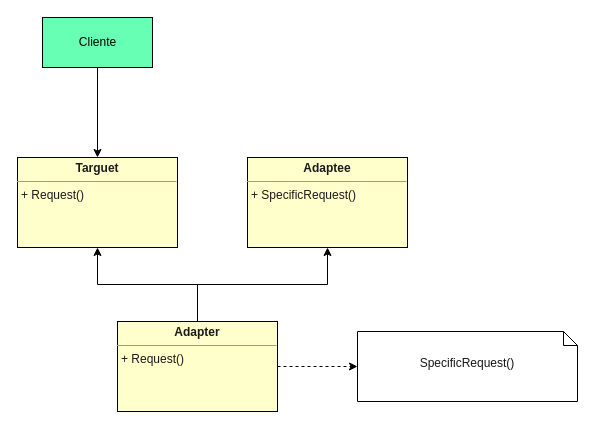
stanleydevbr/Padroes keeps this draw.io diagram as src/Adapter/imagens/Adapter.drawio. Above is the earlier version. Source tidied: cells renumbered, new cells numbered last; positions are measured from the earlier drawing's top-left corner, leaving out a move shared by most shapes. Both pictures are drawn from the tidied source at 100%, with x=0, y=0 at pixel (17, 17).
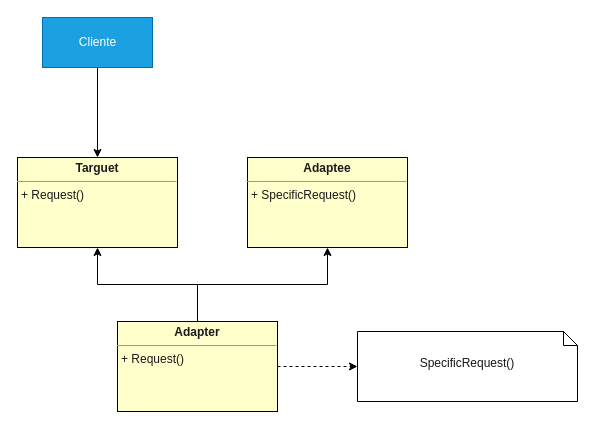
After the change.

Commit message (it also covers changes not shown here):
Adicionando os padrões estruturais Adapter e Bridge

Diff of the diagram source:
```diff
@@
 <mxGraphModel>
   <root>
     <mxCell id="0" />
     <mxCell id="1" parent="0" />
     <mxCell id="2" style="edgeStyle=orthogonalEdgeStyle;rounded=0;jettySize=auto;html=1;fontColor=#000000;" parent="1" edge="1" source="5" target="8">
       <mxGeometry relative="1" as="geometry" />
     </mxCell>
     <mxCell id="3" style="edgeStyle=orthogonalEdgeStyle;rounded=0;jettySize=auto;html=1;entryX=0.5;entryY=1;entryDx=0;entryDy=0;fontColor=#000000;" parent="1" edge="1" source="5" target="9">
       <mxGeometry relative="1" as="geometry" />
     </mxCell>
     <mxCell id="4" style="edgeStyle=orthogonalEdgeStyle;rounded=0;jettySize=auto;html=1;fontColor=#000000;dashed=1;" parent="1" edge="1" source="5" target="10">
       <mxGeometry relative="1" as="geometry" />
     </mxCell>
     <mxCell id="5" value="&lt;p style=&quot;margin: 0px ; margin-top: 4px ; text-align: center&quot;&gt;&lt;b&gt;Adapter&lt;/b&gt;&lt;/p&gt;&lt;hr size=&quot;1&quot;&gt;&lt;p style=&quot;margin: 0px ; margin-left: 4px&quot;&gt;&lt;/p&gt;&lt;p style=&quot;margin: 0px ; margin-left: 4px&quot;&gt;+ Request()&lt;/p&gt;" style="verticalAlign=top;align=left;overflow=fill;fontSize=12;fontFamily=Helvetica;html=1;fillColor=#FFFFCC;fontColor=#1A1A1A;" parent="1" vertex="1">
       <mxGeometry x="100" y="304" width="160" height="90" as="geometry" />
     </mxCell>
     <mxCell id="6" style="edgeStyle=orthogonalEdgeStyle;rounded=0;jettySize=auto;html=1;entryX=0.5;entryY=0;entryDx=0;entryDy=0;fontColor=#000000;" parent="1" edge="1" source="7" target="8">
       <mxGeometry relative="1" as="geometry" />
     </mxCell>
-    <mxCell id="7" value="Cliente" style="html=1;fillColor=#66FFB3;fontColor=#000000;" parent="1" vertex="1">
+    <mxCell id="7" value="Cliente" style="html=1;fillColor=#1ba1e2;fontColor=#ffffff;strokeColor=#006EAF;" parent="1" vertex="1">
       <mxGeometry x="25" width="110" height="50" as="geometry" />
     </mxCell>
     <mxCell id="8" value="&lt;p style=&quot;margin: 0px ; margin-top: 4px ; text-align: center&quot;&gt;&lt;b&gt;Targuet&lt;/b&gt;&lt;/p&gt;&lt;hr size=&quot;1&quot;&gt;&lt;p style=&quot;margin: 0px ; margin-left: 4px&quot;&gt;&lt;/p&gt;&lt;p style=&quot;margin: 0px ; margin-left: 4px&quot;&gt;+ Request()&lt;/p&gt;" style="verticalAlign=top;align=left;overflow=fill;fontSize=12;fontFamily=Helvetica;html=1;fillColor=#FFFFCC;fontColor=#1A1A1A;" parent="1" vertex="1">
       <mxGeometry y="140" width="160" height="90" as="geometry" />
     </mxCell>
     <mxCell id="9" value="&lt;p style=&quot;margin: 0px ; margin-top: 4px ; text-align: center&quot;&gt;&lt;b&gt;Adaptee&lt;/b&gt;&lt;/p&gt;&lt;hr size=&quot;1&quot;&gt;&lt;p style=&quot;margin: 0px ; margin-left: 4px&quot;&gt;&lt;/p&gt;&lt;p style=&quot;margin: 0px ; margin-left: 4px&quot;&gt;+ SpecificRequest()&lt;/p&gt;" style="verticalAlign=top;align=left;overflow=fill;fontSize=12;fontFamily=Helvetica;html=1;fillColor=#FFFFCC;fontColor=#1A1A1A;" parent="1" vertex="1">
       <mxGeometry x="230" y="140" width="160" height="90" as="geometry" />
     </mxCell>
     <mxCell id="10" value="SpecificRequest()" style="shape=note;whiteSpace=wrap;html=1;size=14;verticalAlign=middle;align=center;spacingTop=-6;fillColor=#FFFFFF;fontColor=#171717;" parent="1" vertex="1">
       <mxGeometry x="340" y="314" width="220" height="70" as="geometry" />
     </mxCell>
   </root>
 </mxGraphModel>
```
